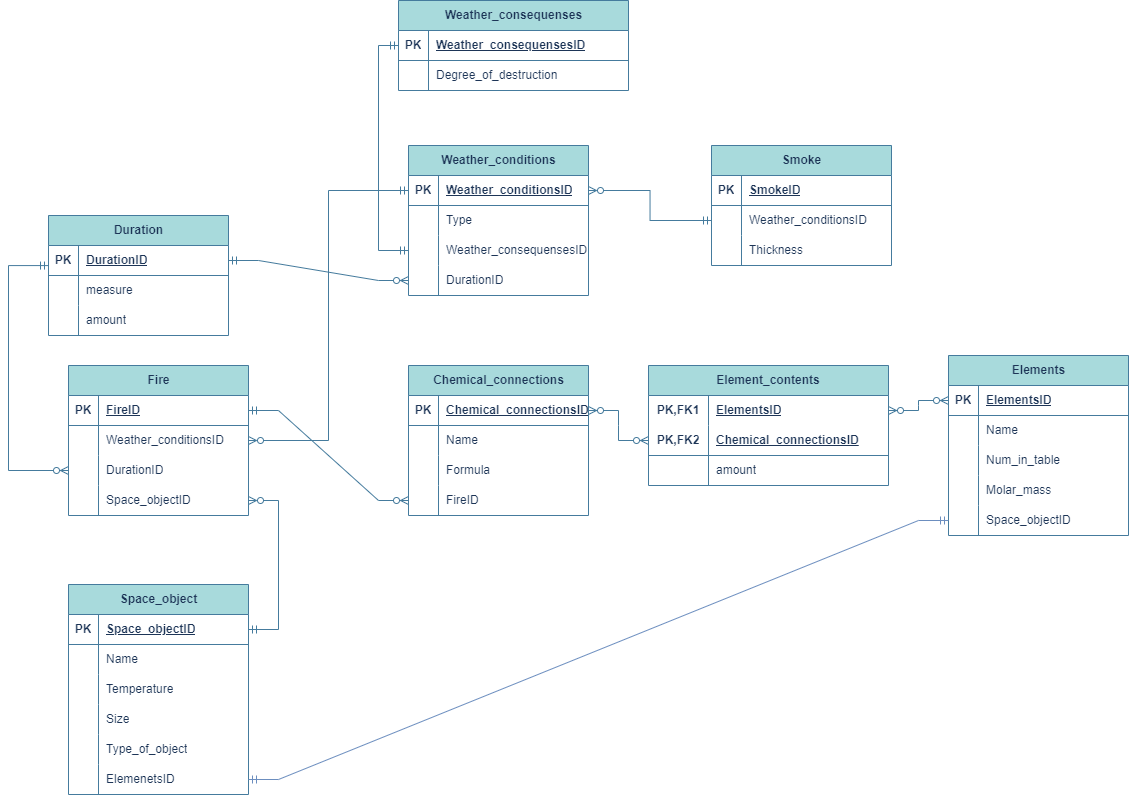
Earlier version of the draw.io export Lab1/Untitled Diagram.drawio.png (UVA-dot/BDLab1). Source tidied: cells renumbered, new cells last; positions are measured from the earlier drawing's top-left corner, leaving out a move shared by most shapes.
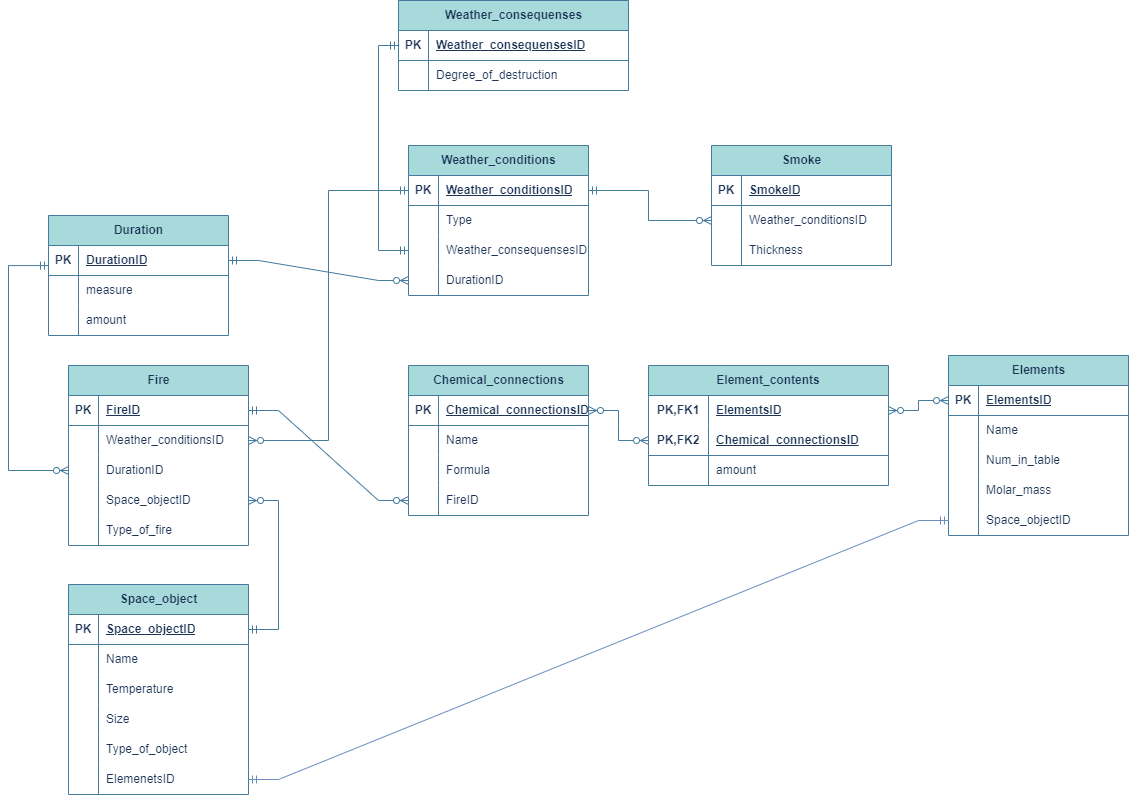
After the change.

The edit, as a diff of the source:
```diff
@@ -102,7 +102,7 @@
       <mxGeometry relative="1" as="geometry" />
     </mxCell>
     <mxCell id="35" value="Fire" style="shape=table;startSize=30;rowLines=0;fontStyle=1;align=center;html=1;labelBackgroundColor=none;fillColor=#A8DADC;strokeColor=#457B9D;fontColor=#1D3557;" parent="1" vertex="1">
-      <mxGeometry x="60" y="365" width="180" height="150" as="geometry" />
+      <mxGeometry x="60" y="365" width="180" height="180" as="geometry" />
     </mxCell>
     <mxCell id="36" style="shape=tableRow;horizontal=0;startSize=0;swimlaneHead=0;swimlaneBody=0;fillColor=none;points=[[0,0.5],[1,0.5]];portConstraint=eastwest;top=0;left=0;right=0;bottom=1;labelBackgroundColor=none;strokeColor=#457B9D;fontColor=#1D3557;" parent="35" vertex="1">
       <mxGeometry y="30" width="180" height="30" as="geometry" />
@@ -140,6 +140,15 @@
     <mxCell id="47" value="Space_objectID" style="shape=partialRectangle;fillColor=none;top=0;left=0;bottom=0;right=0;align=left;spacingLeft=6;overflow=hidden;whiteSpace=wrap;html=1;labelBackgroundColor=none;strokeColor=#457B9D;fontColor=#1D3557;" parent="45" vertex="1">
       <mxGeometry x="30" width="150" height="30" as="geometry" />
     </mxCell>
+    <mxCell id="123" style="shape=tableRow;horizontal=0;startSize=0;swimlaneHead=0;swimlaneBody=0;fillColor=none;top=0;left=0;right=0;bottom=0;labelBackgroundColor=none;strokeColor=#457B9D;fontColor=#1D3557;" parent="35" vertex="1">
+      <mxGeometry y="150" width="180" height="30" as="geometry" />
+    </mxCell>
+    <mxCell id="124" style="shape=partialRectangle;fillColor=none;top=0;left=0;bottom=0;right=0;overflow=hidden;whiteSpace=wrap;html=1;labelBackgroundColor=none;strokeColor=#457B9D;fontColor=#1D3557;" parent="123" vertex="1">
+      <mxGeometry width="30" height="30" as="geometry" />
+    </mxCell>
+    <mxCell id="125" value="Type_of_fire" style="shape=partialRectangle;fillColor=none;top=0;left=0;bottom=0;right=0;align=left;spacingLeft=6;overflow=hidden;whiteSpace=wrap;html=1;labelBackgroundColor=none;strokeColor=#457B9D;fontColor=#1D3557;" parent="123" vertex="1">
+      <mxGeometry x="30" width="150" height="30" as="geometry" />
+    </mxCell>
     <mxCell id="48" value="Chemical_connections" style="shape=table;startSize=30;rowLines=0;fontStyle=1;align=center;html=1;labelBackgroundColor=none;fillColor=#A8DADC;strokeColor=#457B9D;fontColor=#1D3557;" parent="1" vertex="1">
       <mxGeometry x="400" y="365" width="180" height="150" as="geometry" />
     </mxCell>
@@ -209,8 +218,13 @@
     <mxCell id="70" value="Thickness" style="shape=partialRectangle;fillColor=none;top=0;left=0;bottom=0;right=0;align=left;spacingLeft=6;overflow=hidden;whiteSpace=wrap;html=1;labelBackgroundColor=none;strokeColor=#457B9D;fontColor=#1D3557;" parent="68" vertex="1">
       <mxGeometry x="30" width="150" height="30" as="geometry" />
     </mxCell>
-    <mxCell id="71" style="edgeStyle=orthogonalEdgeStyle;rounded=0;jettySize=auto;html=1;entryX=0;entryY=0.5;entryDx=0;entryDy=0;startArrow=ERzeroToMany;startFill=0;endArrow=ERmandOne;endFill=0;labelBackgroundColor=none;strokeColor=#457B9D;fontColor=default;" parent="1" edge="1" source="3" target="65">
-      <mxGeometry relative="1" as="geometry" />
+    <mxCell id="71" style="edgeStyle=orthogonalEdgeStyle;rounded=0;jettySize=auto;html=1;entryX=1;entryY=0.5;entryDx=0;entryDy=0;startArrow=ERzeroToMany;startFill=0;endArrow=ERmandOne;endFill=0;labelBackgroundColor=none;strokeColor=#457B9D;fontColor=default;" parent="1" edge="1" source="65" target="3">
+      <mxGeometry relative="1" as="geometry">
+        <Array as="points">
+          <mxPoint x="640" y="220" />
+          <mxPoint x="640" y="190" />
+        </Array>
+      </mxGeometry>
     </mxCell>
     <mxCell id="72" style="edgeStyle=entityRelationEdgeStyle;fontSize=12;html=1;endArrow=ERzeroToMany;rounded=0;entryX=1;entryY=0.5;entryDx=0;entryDy=0;startArrow=ERmandOne;startFill=0;endFill=0;labelBackgroundColor=none;strokeColor=#457B9D;fontColor=default;" parent="1" edge="1" source="16" target="45">
       <mxGeometry relative="1" as="geometry">
```
